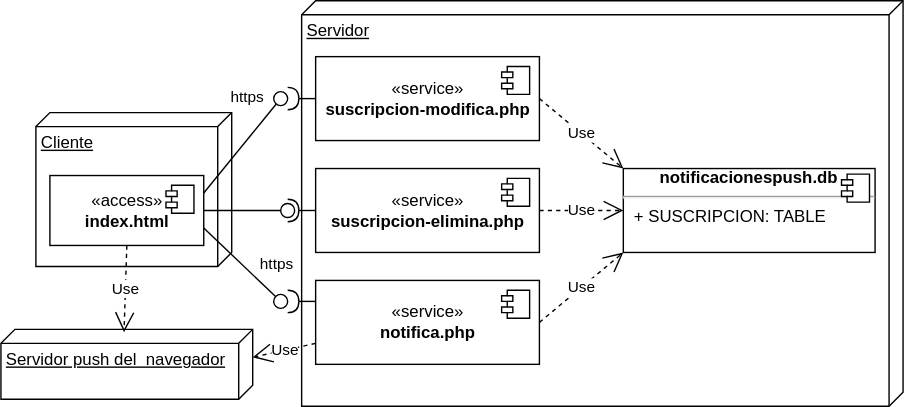
gilpgdm/gilpgdm.github.io keeps this draw.io diagram as docs/img/m10push/pushdistribucion.drawio.svg. Above is the earlier version. Source tidied: cells renumbered, new cells last; positions are measured from the earlier drawing's top-left corner, leaving out a move shared by most shapes.
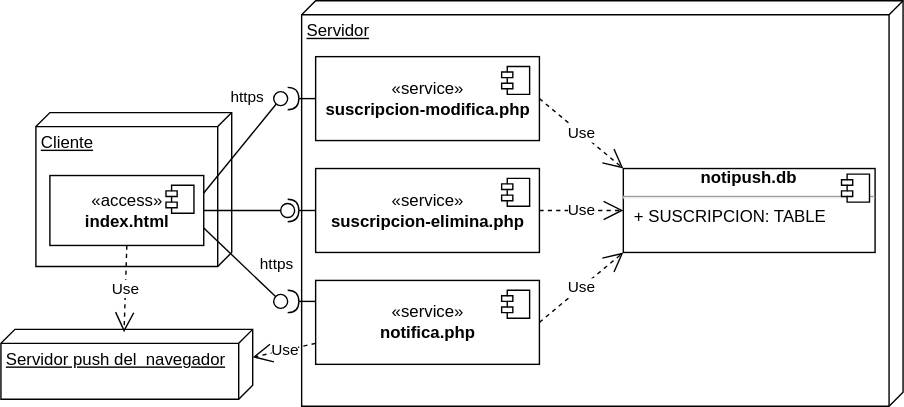
The same file after the commit.

The edit, as a diff of the source:
```diff
@@ -52,7 +52,7 @@
     <mxCell id="15" value="Use" style="endArrow=open;endSize=12;dashed=1;html=1;rounded=0;entryX=0;entryY=1;entryDx=0;entryDy=0;exitX=1;exitY=0.5;exitDx=0;exitDy=0;" parent="1" edge="1" source="8" target="16">
       <mxGeometry relative="1" as="geometry" />
     </mxCell>
-    <mxCell id="16" value="&lt;div style=&quot;text-align: center;&quot;&gt;&lt;b&gt;notificacionespush&lt;/b&gt;&lt;b style=&quot;background-color: initial;&quot;&gt;.db&lt;/b&gt;&lt;/div&gt;&lt;hr&gt;&lt;p style=&quot;margin:0px;margin-left:8px;&quot;&gt;+ SUSCRIPCION: TABLE&lt;/p&gt;" style="align=left;overflow=fill;html=1;" parent="1" vertex="1">
+    <mxCell id="16" value="&lt;div style=&quot;text-align: center;&quot;&gt;&lt;b&gt;notipush&lt;/b&gt;&lt;b style=&quot;background-color: initial;&quot;&gt;.db&lt;/b&gt;&lt;/div&gt;&lt;hr&gt;&lt;p style=&quot;margin:0px;margin-left:8px;&quot;&gt;+ SUSCRIPCION: TABLE&lt;/p&gt;" style="align=left;overflow=fill;html=1;" parent="1" vertex="1">
       <mxGeometry x="445" y="120" width="180" height="60" as="geometry" />
     </mxCell>
     <mxCell id="17" style="shape=component;jettyWidth=8;jettyHeight=4;" parent="16" vertex="1">
```
